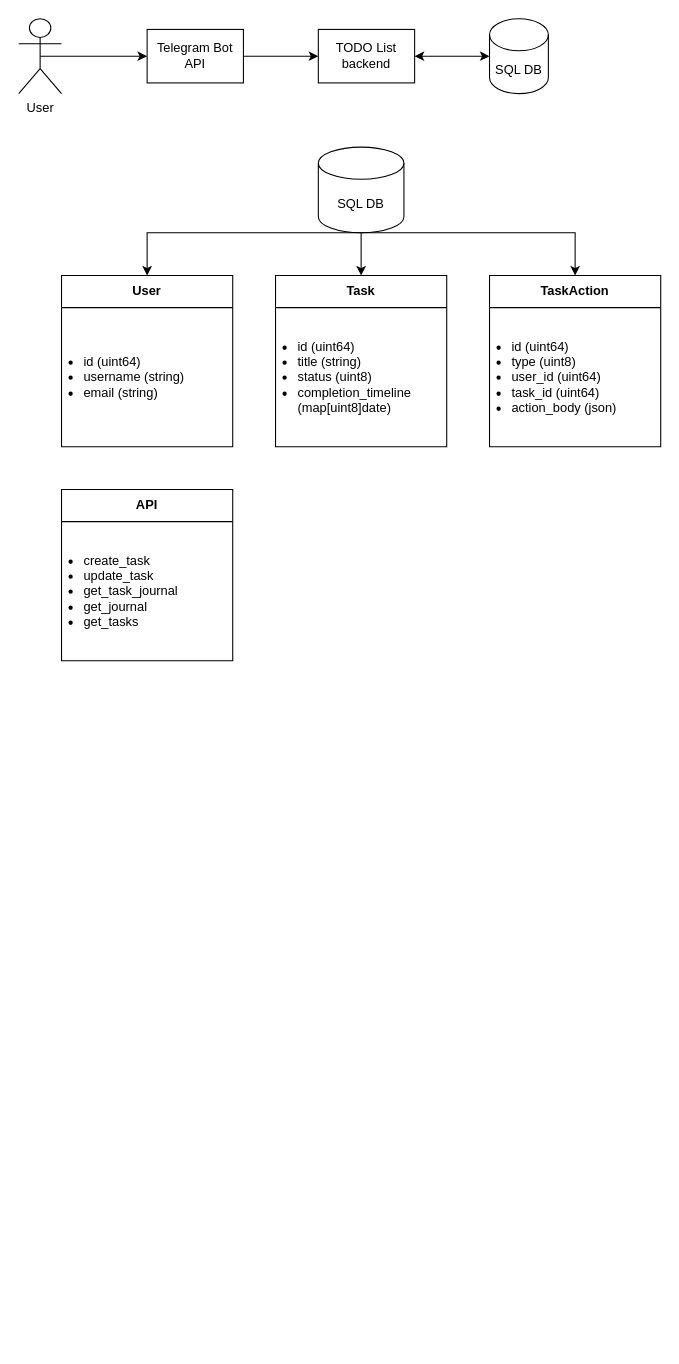
Earlier version of the draw.io diagram design/design.drawio (ypodlesov/todo_list_service). Source tidied: cells renumbered, new cells numbered last; positions are measured from the earlier drawing's top-left corner, leaving out a move shared by most shapes. Both pictures are drawn from the tidied source at 107%, with x=0, y=0 at pixel (18, 18).
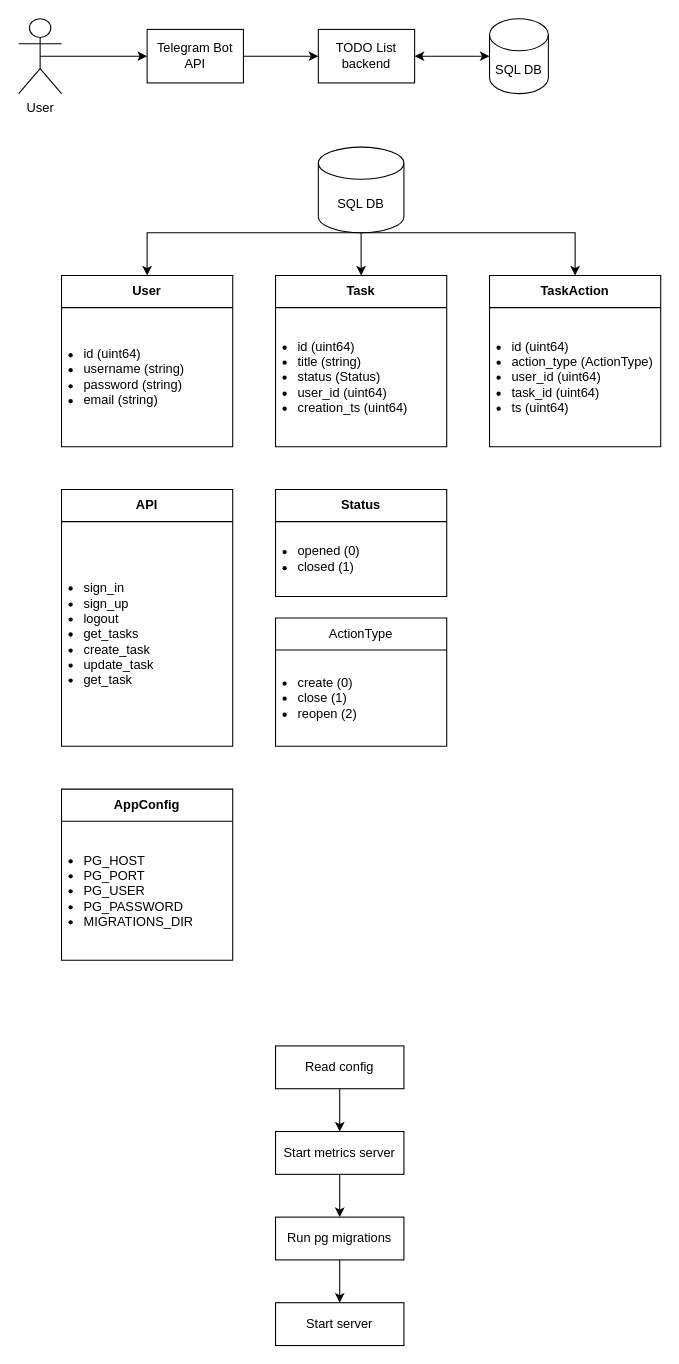
The same diagram, later.

Unchanged cells that the change refers to:
```xml
<mxCell id="2" value="&lt;b&gt;User&lt;/b&gt;" style="swimlane;fontStyle=0;horizontal=1;startSize=30;whiteSpace=wrap;html=1;" parent="1" vertex="1">
  <mxGeometry x="40" y="240" width="160" height="160" as="geometry" />
</mxCell>
<mxCell id="4" value="&lt;b&gt;Task&lt;/b&gt;" style="swimlane;fontStyle=0;horizontal=1;startSize=30;whiteSpace=wrap;html=1;" parent="1" vertex="1">
  <mxGeometry x="240" y="240" width="160" height="160" as="geometry" />
</mxCell>
<mxCell id="10" value="&lt;b&gt;TaskAction&lt;/b&gt;" style="swimlane;fontStyle=0;horizontal=1;startSize=30;whiteSpace=wrap;html=1;" parent="1" vertex="1">
  <mxGeometry x="440" y="240" width="160" height="160" as="geometry" />
</mxCell>
```

The edit, as a diff of the source:
```diff
@@
-    <mxCell id="3" value="&lt;ul style=&quot;padding-left: 15px; padding-bottom: 0px;&quot;&gt;&lt;li&gt;id (uint64)&lt;/li&gt;&lt;li&gt;username (string)&lt;/li&gt;&lt;li&gt;email (string)&lt;/li&gt;&lt;/ul&gt;" style="text;strokeColor=none;fillColor=none;align=left;verticalAlign=middle;spacingLeft=4;spacingRight=4;overflow=hidden;whiteSpace=wrap;html=1;" parent="2" vertex="1">
+    <mxCell id="3" value="&lt;ul style=&quot;padding-left: 15px; padding-bottom: 0px;&quot;&gt;&lt;li&gt;id (uint64)&lt;/li&gt;&lt;li&gt;username (string)&lt;/li&gt;&lt;li&gt;password (string)&lt;/li&gt;&lt;li&gt;email (string)&lt;/li&gt;&lt;/ul&gt;" style="text;strokeColor=none;fillColor=none;align=left;verticalAlign=middle;spacingLeft=4;spacingRight=4;overflow=hidden;whiteSpace=wrap;html=1;" parent="2" vertex="1">
       <mxGeometry y="30" width="160" height="130" as="geometry" />
     </mxCell>
@@
-    <mxCell id="5" value="&lt;ul style=&quot;padding-left: 15px; padding-bottom: 0px;&quot;&gt;&lt;li&gt;id (uint64)&lt;/li&gt;&lt;li&gt;title (string)&lt;/li&gt;&lt;li&gt;status (uint8)&lt;/li&gt;&lt;li&gt;completion_timeline (map[uint8]date)&lt;/li&gt;&lt;/ul&gt;" style="text;strokeColor=none;fillColor=none;align=left;verticalAlign=middle;spacingLeft=4;spacingRight=4;overflow=hidden;whiteSpace=wrap;html=1;" parent="4" vertex="1">
+    <mxCell id="5" value="&lt;ul style=&quot;padding-left: 15px; padding-bottom: 0px;&quot;&gt;&lt;li&gt;id (uint64)&lt;/li&gt;&lt;li&gt;title (string)&lt;/li&gt;&lt;li&gt;status (Status)&lt;/li&gt;&lt;li&gt;user_id (uint64)&lt;/li&gt;&lt;li&gt;creation_ts (uint64)&lt;/li&gt;&lt;/ul&gt;" style="text;strokeColor=none;fillColor=none;align=left;verticalAlign=middle;spacingLeft=4;spacingRight=4;overflow=hidden;whiteSpace=wrap;html=1;" parent="4" vertex="1">
       <mxGeometry y="30" width="160" height="130" as="geometry" />
     </mxCell>
@@
-    <mxCell id="11" value="&lt;ul style=&quot;padding-left: 15px; padding-bottom: 0px;&quot;&gt;&lt;li&gt;id (uint64)&lt;/li&gt;&lt;li&gt;type (uint8)&lt;/li&gt;&lt;li&gt;user_id (uint64)&lt;/li&gt;&lt;li&gt;task_id (uint64)&lt;/li&gt;&lt;li&gt;action_body (json)&lt;/li&gt;&lt;/ul&gt;" style="text;strokeColor=none;fillColor=none;align=left;verticalAlign=middle;spacingLeft=4;spacingRight=4;overflow=hidden;whiteSpace=wrap;html=1;" parent="10" vertex="1">
+    <mxCell id="11" value="&lt;ul style=&quot;padding-left: 15px; padding-bottom: 0px;&quot;&gt;&lt;li&gt;id (uint64)&lt;/li&gt;&lt;li&gt;action_type (ActionType)&lt;/li&gt;&lt;li&gt;user_id (uint64)&lt;/li&gt;&lt;li&gt;task_id (uint64)&lt;/li&gt;&lt;li&gt;ts (uint64)&lt;/li&gt;&lt;/ul&gt;" style="text;strokeColor=none;fillColor=none;align=left;verticalAlign=middle;spacingLeft=4;spacingRight=4;overflow=hidden;whiteSpace=wrap;html=1;" parent="10" vertex="1">
       <mxGeometry y="30" width="160" height="130" as="geometry" />
     </mxCell>
@@
     <mxCell id="19" value="&lt;b&gt;API&lt;/b&gt;" style="swimlane;fontStyle=0;horizontal=1;startSize=30;whiteSpace=wrap;html=1;" parent="1" vertex="1">
-      <mxGeometry x="40" y="440" width="160" height="160" as="geometry" />
+      <mxGeometry x="40" y="440" width="160" height="240" as="geometry" />
     </mxCell>
-    <mxCell id="20" value="&lt;ul style=&quot;padding-left: 15px; padding-bottom: 0px;&quot;&gt;&lt;li&gt;create_task&lt;br&gt;&lt;/li&gt;&lt;li&gt;update_task&lt;br&gt;&lt;/li&gt;&lt;li&gt;get_task_journal&lt;br&gt;&lt;/li&gt;&lt;li&gt;get_journal&lt;br&gt;&lt;/li&gt;&lt;li&gt;get_tasks&lt;/li&gt;&lt;/ul&gt;" style="text;strokeColor=none;fillColor=none;align=left;verticalAlign=middle;spacingLeft=4;spacingRight=4;overflow=hidden;whiteSpace=wrap;html=1;" parent="19" vertex="1">
-      <mxGeometry y="30" width="160" height="130" as="geometry" />
+    <mxCell id="20" value="&lt;ul style=&quot;padding-left: 15px; padding-bottom: 0px;&quot;&gt;&lt;li&gt;sign_in&lt;/li&gt;&lt;li&gt;sign_up&lt;/li&gt;&lt;li&gt;logout&lt;/li&gt;&lt;li&gt;get_tasks&lt;/li&gt;&lt;li&gt;create_task&lt;br&gt;&lt;/li&gt;&lt;li&gt;update_task&lt;br&gt;&lt;/li&gt;&lt;li&gt;get_task&lt;/li&gt;&lt;/ul&gt;" style="text;strokeColor=none;fillColor=none;align=left;verticalAlign=middle;spacingLeft=4;spacingRight=4;overflow=hidden;whiteSpace=wrap;html=1;" parent="19" vertex="1">
+      <mxGeometry y="30" width="160" height="210" as="geometry" />
     </mxCell>
+    <mxCell id="21" value="&lt;b&gt;Status&lt;/b&gt;" style="swimlane;fontStyle=0;horizontal=1;startSize=30;whiteSpace=wrap;html=1;" parent="1" vertex="1">
+      <mxGeometry x="240" y="440" width="160" height="100" as="geometry" />
+    </mxCell>
+    <mxCell id="22" value="&lt;ul style=&quot;padding-left: 15px; padding-bottom: 0px;&quot;&gt;&lt;li&gt;opened (0)&lt;/li&gt;&lt;li&gt;closed (1)&lt;/li&gt;&lt;/ul&gt;" style="text;strokeColor=none;fillColor=none;align=left;verticalAlign=middle;spacingLeft=4;spacingRight=4;overflow=hidden;whiteSpace=wrap;html=1;spacing=2;" parent="21" vertex="1">
+      <mxGeometry y="30" width="160" height="70" as="geometry" />
+    </mxCell>
+    <mxCell id="23" value="&lt;span style=&quot;text-align: left;&quot;&gt;ActionType&lt;/span&gt;" style="swimlane;fontStyle=0;horizontal=1;startSize=30;whiteSpace=wrap;html=1;" parent="1" vertex="1">
+      <mxGeometry x="240" y="560" width="160" height="120" as="geometry" />
+    </mxCell>
+    <mxCell id="24" value="&lt;ul style=&quot;padding-left: 15px; padding-bottom: 0px;&quot;&gt;&lt;li&gt;create (0)&lt;/li&gt;&lt;li&gt;close (1)&lt;/li&gt;&lt;li&gt;reopen (2)&lt;/li&gt;&lt;/ul&gt;" style="text;strokeColor=none;fillColor=none;align=left;verticalAlign=middle;spacingLeft=4;spacingRight=4;overflow=hidden;whiteSpace=wrap;html=1;spacing=2;" parent="23" vertex="1">
+      <mxGeometry y="30" width="160" height="90" as="geometry" />
+    </mxCell>
+    <mxCell id="25" value="&lt;span style=&quot;text-align: left;&quot;&gt;&lt;b&gt;AppConfig&lt;/b&gt;&lt;/span&gt;" style="swimlane;fontStyle=0;horizontal=1;startSize=30;whiteSpace=wrap;html=1;" parent="1" vertex="1">
+      <mxGeometry x="40" y="720" width="160" height="160" as="geometry" />
+    </mxCell>
+    <mxCell id="26" value="&lt;ul style=&quot;padding-left: 15px; padding-bottom: 0px;&quot;&gt;&lt;li&gt;PG_HOST&lt;/li&gt;&lt;li&gt;PG_PORT&lt;/li&gt;&lt;li&gt;PG_USER&lt;/li&gt;&lt;li&gt;PG_PASSWORD&lt;/li&gt;&lt;li&gt;MIGRATIONS_DIR&lt;/li&gt;&lt;/ul&gt;" style="text;strokeColor=none;fillColor=none;align=left;verticalAlign=middle;spacingLeft=4;spacingRight=4;overflow=hidden;whiteSpace=wrap;html=1;spacing=2;" parent="25" vertex="1">
+      <mxGeometry y="30" width="160" height="130" as="geometry" />
+    </mxCell>
+    <mxCell id="27" value="Read config" style="rounded=0;whiteSpace=wrap;html=1;" parent="1" vertex="1">
+      <mxGeometry x="240" y="960" width="120" height="40" as="geometry" />
+    </mxCell>
+    <mxCell id="28" style="endArrow=classic;html=1;exitX=0.5;exitY=1;exitDx=0;exitDy=0;" parent="1" edge="1" source="27">
+      <mxGeometry relative="1" as="geometry">
+        <mxPoint x="300" y="1040" as="targetPoint" />
+      </mxGeometry>
+    </mxCell>
+    <mxCell id="29" value="Start metrics server" style="rounded=0;whiteSpace=wrap;html=1;" parent="1" vertex="1">
+      <mxGeometry x="240" y="1040" width="120" height="40" as="geometry" />
+    </mxCell>
+    <mxCell id="30" style="endArrow=classic;html=1;exitX=0.5;exitY=1;exitDx=0;exitDy=0;" parent="1" edge="1" source="29">
+      <mxGeometry relative="1" as="geometry">
+        <mxPoint x="300" y="1120" as="targetPoint" />
+      </mxGeometry>
+    </mxCell>
+    <mxCell id="31" value="Run pg migrations" style="rounded=0;whiteSpace=wrap;html=1;" parent="1" vertex="1">
+      <mxGeometry x="240" y="1120" width="120" height="40" as="geometry" />
+    </mxCell>
+    <mxCell id="32" style="endArrow=classic;html=1;exitX=0.5;exitY=1;exitDx=0;exitDy=0;" parent="1" edge="1" source="31" target="33">
+      <mxGeometry relative="1" as="geometry" />
+    </mxCell>
+    <mxCell id="33" value="Start server" style="rounded=0;whiteSpace=wrap;html=1;" parent="1" vertex="1">
+      <mxGeometry x="240" y="1200" width="120" height="40" as="geometry" />
+    </mxCell>
```
